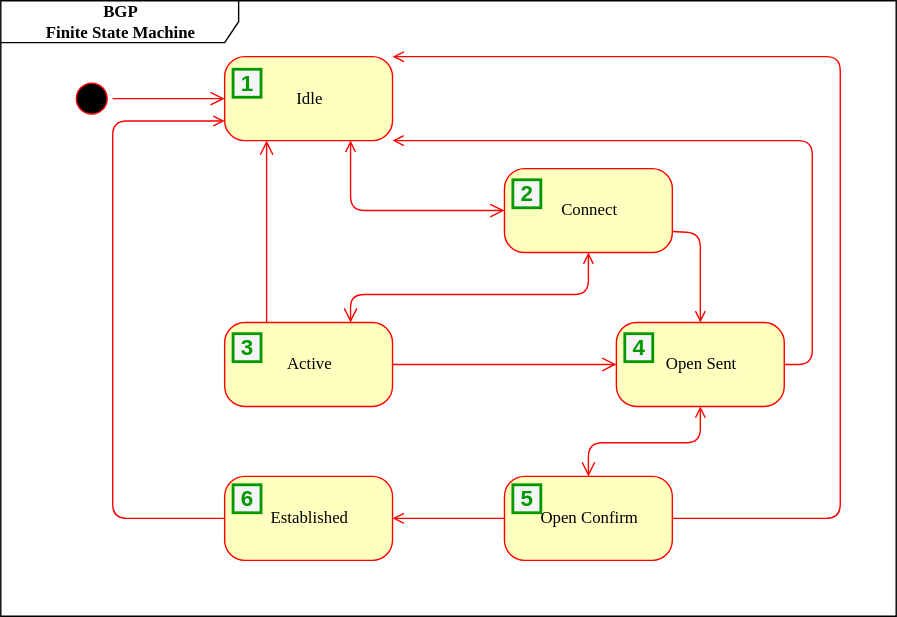
This is media/BGP_FSM.svg from Peering101/peering101-it.github.io, a draw.io export, as it was before one commit. Source tidied: cells renumbered, new cells last; positions are measured from the earlier drawing's top-left corner, leaving out a move shared by most shapes.
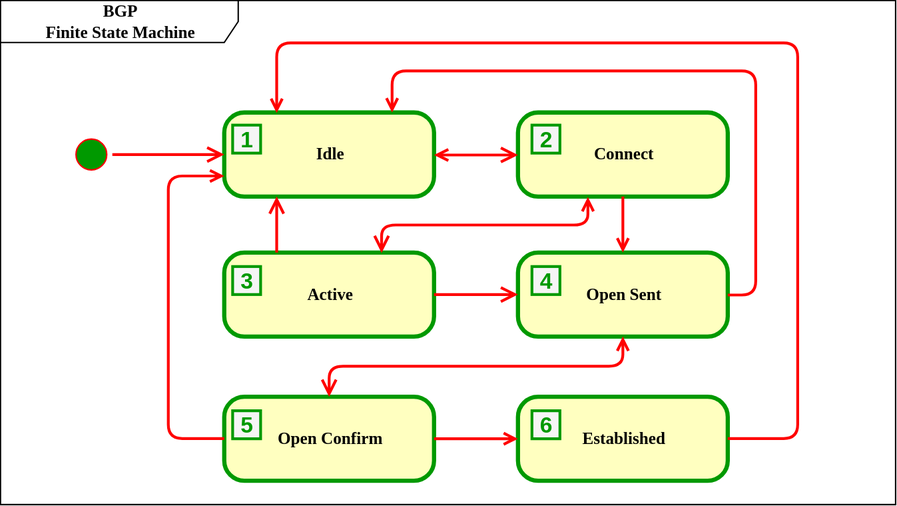
Above is the later version.

Diff of the diagram source:
```diff
@@ -3,75 +3,78 @@
     <mxCell id="0" />
     <mxCell id="1" parent="0" />
     <mxCell id="2" value="&lt;b&gt;BGP&lt;br&gt;Finite State Machine&lt;/b&gt;" style="shape=umlFrame;whiteSpace=wrap;html=1;rounded=1;shadow=0;comic=0;labelBackgroundColor=none;strokeWidth=1;fontFamily=Verdana;fontSize=12;align=center;width=170;height=30;" parent="1" vertex="1">
-      <mxGeometry width="640" height="440" as="geometry" />
+      <mxGeometry y="-40" width="640" height="360" as="geometry" />
     </mxCell>
-    <mxCell id="3" style="ellipse;html=1;shape=startState;fillColor=#000000;strokeColor=#ff0000;rounded=1;shadow=0;comic=0;labelBackgroundColor=none;fontFamily=Verdana;fontSize=12;fontColor=#000000;align=center;direction=south;" parent="1" vertex="1">
+    <mxCell id="3" style="ellipse;html=1;shape=startState;fillColor=#009900;strokeColor=#ff0000;rounded=1;shadow=0;comic=0;labelBackgroundColor=none;fontFamily=Verdana;fontSize=12;fontColor=#000000;align=center;direction=south;" parent="1" vertex="1">
       <mxGeometry x="50" y="55" width="30" height="30" as="geometry" />
     </mxCell>
-    <mxCell id="4" value="Active" style="rounded=1;whiteSpace=wrap;html=1;arcSize=24;fillColor=#ffffc0;strokeColor=#ff0000;shadow=0;comic=0;labelBackgroundColor=none;fontFamily=Verdana;fontSize=12;fontColor=#000000;align=center;" parent="1" vertex="1">
-      <mxGeometry x="160" y="230" width="120" height="60" as="geometry" />
+    <mxCell id="4" value="&lt;b&gt;Active&lt;/b&gt;" style="rounded=1;whiteSpace=wrap;html=1;arcSize=24;fillColor=#ffffc0;strokeColor=#009900;shadow=0;comic=0;labelBackgroundColor=none;fontFamily=Verdana;fontSize=12;fontColor=#000000;align=center;strokeWidth=3;" parent="1" vertex="1">
+      <mxGeometry x="160" y="140" width="150" height="60" as="geometry" />
     </mxCell>
-    <mxCell id="5" value="Idle" style="rounded=1;whiteSpace=wrap;html=1;arcSize=24;fillColor=#ffffc0;strokeColor=#ff0000;shadow=0;comic=0;labelBackgroundColor=none;fontFamily=Verdana;fontSize=12;fontColor=#000000;align=center;" parent="1" vertex="1">
-      <mxGeometry x="160" y="40" width="120" height="60" as="geometry" />
+    <mxCell id="5" value="&lt;b&gt;Idle&lt;/b&gt;" style="rounded=1;whiteSpace=wrap;html=1;arcSize=24;fillColor=#ffffc0;strokeColor=#009900;shadow=0;comic=0;labelBackgroundColor=none;fontFamily=Verdana;fontSize=12;fontColor=#000000;align=center;strokeWidth=3;" parent="1" vertex="1">
+      <mxGeometry x="160" y="40" width="150" height="60" as="geometry" />
     </mxCell>
-    <mxCell id="6" value="Connect" style="rounded=1;whiteSpace=wrap;html=1;arcSize=24;fillColor=#ffffc0;strokeColor=#ff0000;shadow=0;comic=0;labelBackgroundColor=none;fontFamily=Verdana;fontSize=12;fontColor=#000000;align=center;" parent="1" vertex="1">
-      <mxGeometry x="360" y="120" width="120" height="60" as="geometry" />
+    <mxCell id="6" value="&lt;b&gt;Connect&lt;/b&gt;" style="rounded=1;whiteSpace=wrap;html=1;arcSize=24;fillColor=#ffffc0;strokeColor=#009900;shadow=0;comic=0;labelBackgroundColor=none;fontFamily=Verdana;fontSize=12;fontColor=#000000;align=center;strokeWidth=3;" parent="1" vertex="1">
+      <mxGeometry x="370" y="40" width="150" height="60" as="geometry" />
     </mxCell>
-    <mxCell id="7" value="Open Confirm" style="rounded=1;whiteSpace=wrap;html=1;arcSize=24;fillColor=#ffffc0;strokeColor=#ff0000;shadow=0;comic=0;labelBackgroundColor=none;fontFamily=Verdana;fontSize=12;fontColor=#000000;align=center;" parent="1" vertex="1">
-      <mxGeometry x="360" y="340" width="120" height="60" as="geometry" />
+    <mxCell id="7" value="&lt;b&gt;Open Confirm&lt;/b&gt;" style="rounded=1;whiteSpace=wrap;html=1;arcSize=24;fillColor=#ffffc0;strokeColor=#009900;shadow=0;comic=0;labelBackgroundColor=none;fontFamily=Verdana;fontSize=12;fontColor=#000000;align=center;strokeWidth=3;" parent="1" vertex="1">
+      <mxGeometry x="160" y="243" width="150" height="60" as="geometry" />
     </mxCell>
-    <mxCell id="8" value="Open Sent" style="rounded=1;whiteSpace=wrap;html=1;arcSize=24;fillColor=#ffffc0;strokeColor=#ff0000;shadow=0;comic=0;labelBackgroundColor=none;fontFamily=Verdana;fontSize=12;fontColor=#000000;align=center;" parent="1" vertex="1">
-      <mxGeometry x="440" y="230" width="120" height="60" as="geometry" />
+    <mxCell id="8" value="&lt;b&gt;Open Sent&lt;/b&gt;" style="rounded=1;whiteSpace=wrap;html=1;arcSize=24;fillColor=#ffffc0;strokeColor=#009900;shadow=0;comic=0;labelBackgroundColor=none;fontFamily=Verdana;fontSize=12;fontColor=#000000;align=center;strokeWidth=3;" parent="1" vertex="1">
+      <mxGeometry x="370" y="140" width="150" height="60" as="geometry" />
     </mxCell>
-    <mxCell id="9" style="edgeStyle=orthogonalEdgeStyle;html=1;labelBackgroundColor=none;endArrow=open;endSize=8;strokeColor=#ff0000;fontFamily=Verdana;fontSize=12;align=left;" parent="1" edge="1" source="3" target="5">
+    <mxCell id="9" style="edgeStyle=orthogonalEdgeStyle;html=1;labelBackgroundColor=none;endArrow=open;endSize=8;strokeColor=#ff0000;fontFamily=Verdana;fontSize=12;align=left;strokeWidth=2;" parent="1" edge="1" source="3" target="5">
       <mxGeometry relative="1" as="geometry" />
     </mxCell>
-    <mxCell id="10" style="edgeStyle=orthogonalEdgeStyle;html=1;labelBackgroundColor=none;endArrow=open;endSize=8;strokeColor=#ff0000;fontFamily=Verdana;fontSize=12;align=left;entryX=0;entryY=0.5;startArrow=open;startFill=0;" parent="1" edge="1" source="5" target="6">
+    <mxCell id="10" style="edgeStyle=orthogonalEdgeStyle;html=1;labelBackgroundColor=none;endArrow=open;endSize=8;strokeColor=#ff0000;fontFamily=Verdana;fontSize=12;align=left;entryX=0;entryY=0.5;startArrow=open;startFill=0;strokeWidth=2;" parent="1" edge="1" source="5" target="6">
       <mxGeometry relative="1" as="geometry">
         <Array as="points">
-          <mxPoint x="250" y="150" />
+          <mxPoint x="340" y="70" />
+          <mxPoint x="340" y="70" />
         </Array>
       </mxGeometry>
     </mxCell>
-    <mxCell id="11" style="edgeStyle=orthogonalEdgeStyle;html=1;entryX=0.75;entryY=0;labelBackgroundColor=none;endArrow=open;endSize=8;strokeColor=#ff0000;fontFamily=Verdana;fontSize=12;align=left;exitX=0.5;exitY=1;startArrow=open;startFill=0;" parent="1" edge="1" source="6" target="4">
+    <mxCell id="11" style="edgeStyle=orthogonalEdgeStyle;html=1;entryX=0.75;entryY=0;labelBackgroundColor=none;endArrow=open;endSize=8;strokeColor=#ff0000;fontFamily=Verdana;fontSize=12;align=left;startArrow=open;startFill=0;strokeWidth=2;" parent="1" edge="1" target="4">
       <mxGeometry relative="1" as="geometry">
+        <mxPoint x="420" y="100" as="sourcePoint" />
         <Array as="points">
-          <mxPoint x="420" y="210" />
-          <mxPoint x="250" y="210" />
+          <mxPoint x="420" y="120" />
+          <mxPoint x="273" y="120" />
         </Array>
       </mxGeometry>
     </mxCell>
-    <mxCell id="12" style="edgeStyle=orthogonalEdgeStyle;html=1;exitX=0.25;exitY=0;entryX=0.25;entryY=1;labelBackgroundColor=none;endArrow=open;endSize=8;strokeColor=#ff0000;fontFamily=Verdana;fontSize=12;align=left;" parent="1" edge="1" source="4" target="5">
+    <mxCell id="12" style="edgeStyle=orthogonalEdgeStyle;html=1;exitX=0.25;exitY=0;entryX=0.25;entryY=1;labelBackgroundColor=none;endArrow=open;endSize=8;strokeColor=#ff0000;fontFamily=Verdana;fontSize=12;align=left;strokeWidth=2;" parent="1" edge="1" source="4" target="5">
       <mxGeometry relative="1" as="geometry" />
     </mxCell>
-    <mxCell id="13" style="edgeStyle=orthogonalEdgeStyle;html=1;exitX=1;exitY=0.5;entryX=0;entryY=0.5;labelBackgroundColor=none;endArrow=open;endSize=8;strokeColor=#ff0000;fontFamily=Verdana;fontSize=12;align=left;" parent="1" edge="1" source="4" target="8">
+    <mxCell id="13" style="edgeStyle=orthogonalEdgeStyle;html=1;exitX=1;exitY=0.5;entryX=0;entryY=0.5;labelBackgroundColor=none;endArrow=open;endSize=8;strokeColor=#ff0000;fontFamily=Verdana;fontSize=12;align=left;strokeWidth=2;" parent="1" edge="1" source="4" target="8">
       <mxGeometry relative="1" as="geometry" />
     </mxCell>
-    <mxCell id="14" style="edgeStyle=orthogonalEdgeStyle;html=1;exitX=0.5;exitY=0;entryX=1;entryY=0.75;labelBackgroundColor=none;endArrow=none;endSize=8;strokeColor=#ff0000;fontFamily=Verdana;fontSize=12;align=left;startArrow=open;startFill=0;endFill=0;" parent="1" edge="1" source="8" target="6">
+    <mxCell id="14" style="edgeStyle=orthogonalEdgeStyle;html=1;exitX=0.5;exitY=0;entryX=0.5;entryY=1;labelBackgroundColor=none;endArrow=none;endSize=8;strokeColor=#ff0000;fontFamily=Verdana;fontSize=12;align=left;startArrow=open;startFill=0;endFill=0;entryDx=0;entryDy=0;strokeWidth=2;" parent="1" edge="1" source="8" target="6">
       <mxGeometry relative="1" as="geometry" />
     </mxCell>
-    <mxCell id="15" style="edgeStyle=orthogonalEdgeStyle;html=1;exitX=0.5;exitY=1;labelBackgroundColor=none;endArrow=open;endSize=8;strokeColor=#ff0000;fontFamily=Verdana;fontSize=12;align=left;startArrow=open;startFill=0;exitDx=0;exitDy=0;" parent="1" edge="1" source="8" target="7">
+    <mxCell id="15" style="edgeStyle=orthogonalEdgeStyle;html=1;exitX=0.5;exitY=1;labelBackgroundColor=none;endArrow=open;endSize=8;strokeColor=#ff0000;fontFamily=Verdana;fontSize=12;align=left;startArrow=open;startFill=0;exitDx=0;exitDy=0;strokeWidth=2;" parent="1" edge="1" source="8" target="7">
       <mxGeometry relative="1" as="geometry" />
     </mxCell>
-    <mxCell id="16" value="Established" style="rounded=1;whiteSpace=wrap;html=1;arcSize=24;fillColor=#ffffc0;strokeColor=#ff0000;shadow=0;comic=0;labelBackgroundColor=none;fontFamily=Verdana;fontSize=12;fontColor=#000000;align=center;" parent="1" vertex="1">
-      <mxGeometry x="160" y="340" width="120" height="60" as="geometry" />
+    <mxCell id="16" value="&lt;b&gt;Established&lt;/b&gt;" style="rounded=1;whiteSpace=wrap;html=1;arcSize=24;fillColor=#ffffc0;strokeColor=#009900;shadow=0;comic=0;labelBackgroundColor=none;fontFamily=Verdana;fontSize=12;fontColor=#000000;align=center;strokeWidth=3;" parent="1" vertex="1">
+      <mxGeometry x="370" y="243" width="150" height="60" as="geometry" />
     </mxCell>
-    <mxCell id="17" style="edgeStyle=orthogonalEdgeStyle;html=1;exitX=1;exitY=0.5;labelBackgroundColor=none;endArrow=none;endSize=8;strokeColor=#ff0000;fontFamily=Verdana;fontSize=12;align=left;exitDx=0;exitDy=0;entryX=0;entryY=0.5;entryDx=0;entryDy=0;startArrow=open;startFill=0;endFill=0;" parent="1" edge="1" source="16" target="7">
+    <mxCell id="17" style="edgeStyle=orthogonalEdgeStyle;html=1;exitX=0;exitY=0.5;labelBackgroundColor=none;endArrow=none;endSize=8;strokeColor=#ff0000;fontFamily=Verdana;fontSize=12;align=left;exitDx=0;exitDy=0;entryX=1;entryY=0.5;entryDx=0;entryDy=0;startArrow=open;startFill=0;endFill=0;strokeWidth=2;" parent="1" edge="1" source="16" target="7">
       <mxGeometry relative="1" as="geometry" />
     </mxCell>
-    <mxCell id="18" style="edgeStyle=orthogonalEdgeStyle;html=1;labelBackgroundColor=none;endArrow=none;endSize=8;strokeColor=#ff0000;fontFamily=Verdana;fontSize=12;align=left;exitX=0;exitY=0.75;exitDx=0;exitDy=0;startArrow=open;startFill=0;endFill=0;" parent="1" edge="1" source="5" target="16">
+    <mxCell id="18" style="edgeStyle=orthogonalEdgeStyle;html=1;labelBackgroundColor=none;endArrow=none;endSize=8;strokeColor=#ff0000;fontFamily=Verdana;fontSize=12;align=left;exitX=0;exitY=0.75;exitDx=0;exitDy=0;startArrow=open;startFill=0;endFill=0;entryX=0;entryY=0.5;entryDx=0;entryDy=0;strokeWidth=2;" parent="1" edge="1" source="5" target="7">
       <mxGeometry relative="1" as="geometry">
         <Array as="points">
-          <mxPoint x="80" y="85" />
-          <mxPoint x="80" y="370" />
+          <mxPoint x="120" y="85" />
+          <mxPoint x="120" y="273" />
         </Array>
       </mxGeometry>
     </mxCell>
-    <mxCell id="19" style="edgeStyle=orthogonalEdgeStyle;html=1;labelBackgroundColor=none;endArrow=none;endSize=8;strokeColor=#ff0000;fontFamily=Verdana;fontSize=12;align=left;exitX=1;exitY=0;exitDx=0;exitDy=0;startArrow=open;startFill=0;endFill=0;entryX=1;entryY=0.5;entryDx=0;entryDy=0;" parent="1" edge="1" source="5" target="7">
+    <mxCell id="19" style="edgeStyle=orthogonalEdgeStyle;html=1;labelBackgroundColor=none;endArrow=none;endSize=8;strokeColor=#ff0000;fontFamily=Verdana;fontSize=12;align=left;exitX=0.25;exitY=0;exitDx=0;exitDy=0;startArrow=open;startFill=0;endFill=0;entryX=1;entryY=0.5;entryDx=0;entryDy=0;strokeWidth=2;" parent="1" edge="1" source="5" target="16">
       <mxGeometry relative="1" as="geometry">
         <Array as="points">
-          <mxPoint x="600" y="40" />
-          <mxPoint x="600" y="370" />
+          <mxPoint x="198" y="-10" />
+          <mxPoint x="570" y="-10" />
+          <mxPoint x="570" y="273" />
         </Array>
       </mxGeometry>
     </mxCell>
@@ -79,25 +82,26 @@
       <mxGeometry x="166" y="49" width="20" height="20" as="geometry" />
     </mxCell>
     <mxCell id="21" value="&lt;font style=&quot;font-size: 16px&quot; color=&quot;#009900&quot;&gt;&lt;b&gt;2&lt;/b&gt;&lt;/font&gt;" style="text;html=1;align=center;verticalAlign=middle;fillColor=#f5f5f5;strokeColor=#009900;rounded=0;fontColor=#333333;strokeWidth=2;" parent="1" vertex="1">
-      <mxGeometry x="366" y="128" width="20" height="20" as="geometry" />
+      <mxGeometry x="380" y="49" width="20" height="20" as="geometry" />
     </mxCell>
     <mxCell id="22" value="&lt;font style=&quot;font-size: 16px&quot; color=&quot;#009900&quot;&gt;&lt;b&gt;3&lt;/b&gt;&lt;/font&gt;" style="text;html=1;align=center;verticalAlign=middle;fillColor=#f5f5f5;strokeColor=#009900;rounded=0;fontColor=#333333;strokeWidth=2;" parent="1" vertex="1">
-      <mxGeometry x="166" y="238" width="20" height="20" as="geometry" />
+      <mxGeometry x="166" y="150" width="20" height="20" as="geometry" />
     </mxCell>
     <mxCell id="23" value="&lt;font style=&quot;font-size: 16px&quot; color=&quot;#009900&quot;&gt;&lt;b&gt;4&lt;/b&gt;&lt;/font&gt;" style="text;html=1;align=center;verticalAlign=middle;fillColor=#f5f5f5;strokeColor=#009900;rounded=0;fontColor=#333333;strokeWidth=2;" parent="1" vertex="1">
-      <mxGeometry x="446" y="238" width="20" height="20" as="geometry" />
+      <mxGeometry x="380" y="150" width="20" height="20" as="geometry" />
     </mxCell>
     <mxCell id="24" value="&lt;font style=&quot;font-size: 16px&quot; color=&quot;#009900&quot;&gt;&lt;b&gt;5&lt;/b&gt;&lt;/font&gt;" style="text;html=1;align=center;verticalAlign=middle;fillColor=#f5f5f5;strokeColor=#009900;rounded=0;fontColor=#333333;strokeWidth=2;" parent="1" vertex="1">
-      <mxGeometry x="366" y="346" width="20" height="20" as="geometry" />
+      <mxGeometry x="166" y="253" width="20" height="20" as="geometry" />
     </mxCell>
     <mxCell id="25" value="&lt;font style=&quot;font-size: 16px&quot; color=&quot;#009900&quot;&gt;&lt;b&gt;6&lt;/b&gt;&lt;/font&gt;" style="text;html=1;align=center;verticalAlign=middle;fillColor=#f5f5f5;strokeColor=#009900;rounded=0;fontColor=#333333;strokeWidth=2;" parent="1" vertex="1">
-      <mxGeometry x="166" y="346" width="20" height="20" as="geometry" />
+      <mxGeometry x="380" y="253" width="20" height="20" as="geometry" />
     </mxCell>
-    <mxCell id="26" style="edgeStyle=orthogonalEdgeStyle;html=1;labelBackgroundColor=none;endArrow=none;endSize=8;strokeColor=#ff0000;fontFamily=Verdana;fontSize=12;align=left;startArrow=open;startFill=0;endFill=0;entryX=1;entryY=0.5;entryDx=0;entryDy=0;" parent="1" edge="1" source="5" target="8">
+    <mxCell id="26" style="edgeStyle=orthogonalEdgeStyle;html=1;labelBackgroundColor=none;endArrow=none;endSize=8;strokeColor=#ff0000;fontFamily=Verdana;fontSize=12;align=left;startArrow=open;startFill=0;endFill=0;entryX=1;entryY=0.5;entryDx=0;entryDy=0;strokeWidth=2;" parent="1" edge="1" source="5" target="8">
       <mxGeometry relative="1" as="geometry">
         <Array as="points">
-          <mxPoint x="580" y="100" />
-          <mxPoint x="580" y="260" />
+          <mxPoint x="280" y="10" />
+          <mxPoint x="540" y="10" />
+          <mxPoint x="540" y="170" />
         </Array>
       </mxGeometry>
     </mxCell>
```
